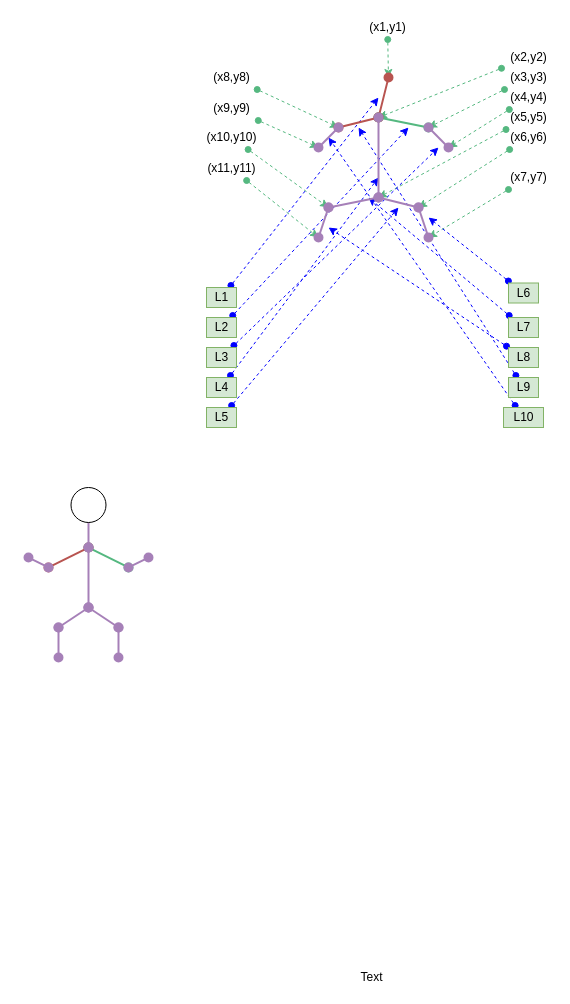
Joiner12/Python_MS keeps this draw.io diagram as MatchStickMan/matchsticker.drawio. Above is the earlier version. Source tidied: cells renumbered, new cells numbered last; positions are measured from the earlier drawing's top-left corner, leaving out a move shared by most shapes. Both pictures are drawn from the tidied source at 100%, with x=0, y=0 at pixel (28, 17).
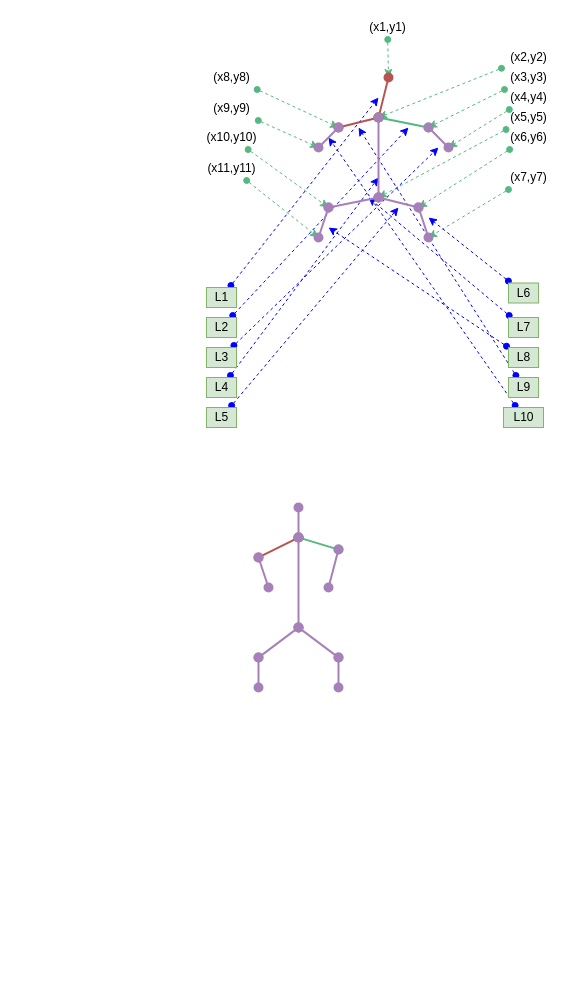
The same page after the edit.

The edit, as a diff of the source:
```diff
@@
-    <mxCell id="44" value="Text" style="text;html=1;align=center;verticalAlign=middle;" parent="1" vertex="1">
-      <mxGeometry x="323" y="950" width="40" height="20" as="geometry" />
-    </mxCell>
@@
-    <mxCell id="56" style="group;" parent="1" vertex="1">
-      <mxGeometry y="500" width="120" height="140" as="geometry" />
-    </mxCell>
-    <mxCell id="57" style="endArrow=oval;html=1;fillColor=#f8cecc;strokeColor=#55B880;startArrow=oval;startFill=1;endFill=1;strokeWidth=2;targetPerimeterSpacing=4;sourcePerimeterSpacing=4;startSize=8;endSize=8;" parent="56" edge="1">
+    <mxCell id="57" style="endArrow=oval;html=1;fillColor=#f8cecc;strokeColor=#55B880;startArrow=oval;startFill=1;endFill=1;strokeWidth=2;targetPerimeterSpacing=4;sourcePerimeterSpacing=4;startSize=8;endSize=8;" parent="1" edge="1">
       <mxGeometry relative="1" as="geometry">
-        <mxPoint x="60" y="30" as="sourcePoint" />
-        <mxPoint x="100" y="50" as="targetPoint" />
+        <mxPoint x="270" y="520" as="sourcePoint" />
+        <mxPoint x="310" y="532" as="targetPoint" />
       </mxGeometry>
     </mxCell>
-    <mxCell id="58" style="endArrow=oval;html=1;fillColor=#f8cecc;strokeColor=#A680B8;startArrow=oval;startFill=1;endFill=1;strokeWidth=2;targetPerimeterSpacing=4;sourcePerimeterSpacing=4;startSize=8;endSize=8;" parent="56" edge="1">
+    <mxCell id="58" style="endArrow=oval;html=1;fillColor=#f8cecc;strokeColor=#A680B8;startArrow=oval;startFill=1;endFill=1;strokeWidth=2;targetPerimeterSpacing=4;sourcePerimeterSpacing=4;startSize=8;endSize=8;" parent="1" edge="1">
       <mxGeometry relative="1" as="geometry">
-        <mxPoint x="120" y="40" as="sourcePoint" />
-        <mxPoint x="100" y="50" as="targetPoint" />
+        <mxPoint x="310" y="532" as="sourcePoint" />
+        <mxPoint x="300" y="570" as="targetPoint" />
       </mxGeometry>
     </mxCell>
-    <mxCell id="59" style="endArrow=oval;html=1;fillColor=#f8cecc;strokeColor=#b85450;startArrow=oval;startFill=1;endFill=1;strokeWidth=2;targetPerimeterSpacing=4;sourcePerimeterSpacing=4;startSize=8;endSize=8;" parent="56" edge="1">
+    <mxCell id="59" style="endArrow=oval;html=1;fillColor=#f8cecc;strokeColor=#b85450;startArrow=oval;startFill=1;endFill=1;strokeWidth=2;targetPerimeterSpacing=4;sourcePerimeterSpacing=4;startSize=8;endSize=8;" parent="1" edge="1">
       <mxGeometry relative="1" as="geometry">
-        <mxPoint x="60" y="30" as="sourcePoint" />
-        <mxPoint x="20" y="50" as="targetPoint" />
+        <mxPoint x="270" y="520" as="sourcePoint" />
+        <mxPoint x="230" y="540" as="targetPoint" />
       </mxGeometry>
     </mxCell>
-    <mxCell id="60" style="endArrow=oval;html=1;fillColor=#f8cecc;strokeColor=#A680B8;startArrow=oval;startFill=1;endFill=1;strokeWidth=2;targetPerimeterSpacing=4;sourcePerimeterSpacing=4;startSize=8;endSize=8;" parent="56" edge="1">
+    <mxCell id="60" style="endArrow=oval;html=1;fillColor=#f8cecc;strokeColor=#A680B8;startArrow=oval;startFill=1;endFill=1;strokeWidth=2;targetPerimeterSpacing=4;sourcePerimeterSpacing=4;startSize=8;endSize=8;" parent="1" edge="1">
       <mxGeometry relative="1" as="geometry">
-        <mxPoint y="40" as="sourcePoint" />
-        <mxPoint x="20" y="50" as="targetPoint" />
+        <mxPoint x="240" y="570" as="sourcePoint" />
+        <mxPoint x="230" y="540" as="targetPoint" />
       </mxGeometry>
     </mxCell>
-    <mxCell id="61" style="endArrow=oval;html=1;fillColor=#f8cecc;strokeColor=#A680B8;startArrow=oval;startFill=1;endFill=1;strokeWidth=2;targetPerimeterSpacing=4;sourcePerimeterSpacing=4;startSize=8;endSize=8;" parent="56" edge="1">
+    <mxCell id="61" style="endArrow=oval;html=1;fillColor=#f8cecc;strokeColor=#A680B8;startArrow=oval;startFill=1;endFill=1;strokeWidth=2;targetPerimeterSpacing=4;sourcePerimeterSpacing=4;startSize=8;endSize=8;" parent="1" edge="1">
       <mxGeometry relative="1" as="geometry">
-        <mxPoint x="60" y="90" as="sourcePoint" />
-        <mxPoint x="60" y="30" as="targetPoint" />
+        <mxPoint x="270" y="610" as="sourcePoint" />
+        <mxPoint x="270" y="520" as="targetPoint" />
       </mxGeometry>
     </mxCell>
-    <mxCell id="62" style="endArrow=oval;html=1;fillColor=#f8cecc;strokeColor=#A680B8;startArrow=oval;startFill=1;endFill=1;strokeWidth=2;targetPerimeterSpacing=4;sourcePerimeterSpacing=4;startSize=8;endSize=8;" parent="56" edge="1">
+    <mxCell id="62" style="endArrow=oval;html=1;fillColor=#f8cecc;strokeColor=#A680B8;startArrow=oval;startFill=1;endFill=1;strokeWidth=2;targetPerimeterSpacing=4;sourcePerimeterSpacing=4;startSize=8;endSize=8;" parent="1" edge="1">
       <mxGeometry relative="1" as="geometry">
-        <mxPoint x="30" y="110" as="sourcePoint" />
-        <mxPoint x="60" y="90" as="targetPoint" />
+        <mxPoint x="230" y="640" as="sourcePoint" />
+        <mxPoint x="270" y="610" as="targetPoint" />
       </mxGeometry>
     </mxCell>
-    <mxCell id="63" style="endArrow=oval;html=1;fillColor=#f8cecc;strokeColor=#A680B8;startArrow=oval;startFill=1;endFill=1;strokeWidth=2;targetPerimeterSpacing=4;sourcePerimeterSpacing=4;startSize=8;endSize=8;" parent="56" edge="1">
+    <mxCell id="63" style="endArrow=oval;html=1;fillColor=#f8cecc;strokeColor=#A680B8;startArrow=oval;startFill=1;endFill=1;strokeWidth=2;targetPerimeterSpacing=4;sourcePerimeterSpacing=4;startSize=8;endSize=8;" parent="1" edge="1">
       <mxGeometry relative="1" as="geometry">
-        <mxPoint x="30" y="110" as="sourcePoint" />
-        <mxPoint x="30" y="140" as="targetPoint" />
+        <mxPoint x="230" y="640" as="sourcePoint" />
+        <mxPoint x="230" y="670" as="targetPoint" />
       </mxGeometry>
     </mxCell>
-    <mxCell id="64" style="endArrow=oval;html=1;fillColor=#f8cecc;strokeColor=#A680B8;startArrow=oval;startFill=1;endFill=1;strokeWidth=2;targetPerimeterSpacing=4;sourcePerimeterSpacing=4;startSize=8;endSize=8;" parent="56" edge="1">
+    <mxCell id="64" style="endArrow=oval;html=1;fillColor=#f8cecc;strokeColor=#A680B8;startArrow=oval;startFill=1;endFill=1;strokeWidth=2;targetPerimeterSpacing=4;sourcePerimeterSpacing=4;startSize=8;endSize=8;" parent="1" edge="1">
       <mxGeometry relative="1" as="geometry">
-        <mxPoint x="90" y="110" as="sourcePoint" />
-        <mxPoint x="60" y="90" as="targetPoint" />
+        <mxPoint x="310" y="640" as="sourcePoint" />
+        <mxPoint x="270" y="610" as="targetPoint" />
       </mxGeometry>
     </mxCell>
-    <mxCell id="65" style="endArrow=oval;html=1;fillColor=#f8cecc;strokeColor=#A680B8;startArrow=oval;startFill=1;endFill=1;strokeWidth=2;targetPerimeterSpacing=4;sourcePerimeterSpacing=4;startSize=8;endSize=8;" parent="56" edge="1">
+    <mxCell id="65" style="endArrow=oval;html=1;fillColor=#f8cecc;strokeColor=#A680B8;startArrow=oval;startFill=1;endFill=1;strokeWidth=2;targetPerimeterSpacing=4;sourcePerimeterSpacing=4;startSize=8;endSize=8;" parent="1" edge="1">
       <mxGeometry relative="1" as="geometry">
-        <mxPoint x="90" y="110" as="sourcePoint" />
-        <mxPoint x="90" y="140" as="targetPoint" />
+        <mxPoint x="310" y="640" as="sourcePoint" />
+        <mxPoint x="310" y="670" as="targetPoint" />
       </mxGeometry>
     </mxCell>
-    <mxCell id="66" style="endArrow=oval;html=1;fillColor=#f8cecc;strokeColor=#A680B8;startArrow=oval;startFill=1;endFill=1;strokeWidth=2;targetPerimeterSpacing=4;sourcePerimeterSpacing=4;startSize=8;endSize=8;" parent="56" edge="1">
+    <mxCell id="66" style="endArrow=oval;html=1;fillColor=#f8cecc;strokeColor=#A680B8;startArrow=oval;startFill=1;endFill=1;strokeWidth=2;targetPerimeterSpacing=4;sourcePerimeterSpacing=4;startSize=8;endSize=8;" parent="1" edge="1">
       <mxGeometry relative="1" as="geometry">
-        <mxPoint x="60" y="30" as="sourcePoint" />
-        <mxPoint x="60" as="targetPoint" />
+        <mxPoint x="270" y="520" as="sourcePoint" />
+        <mxPoint x="270" y="490" as="targetPoint" />
       </mxGeometry>
     </mxCell>
-    <mxCell id="67" style="ellipse;whiteSpace=wrap;html=1;" parent="1" vertex="1">
-      <mxGeometry x="42.5" y="470" width="35" height="35" as="geometry" />
-    </mxCell>
```
